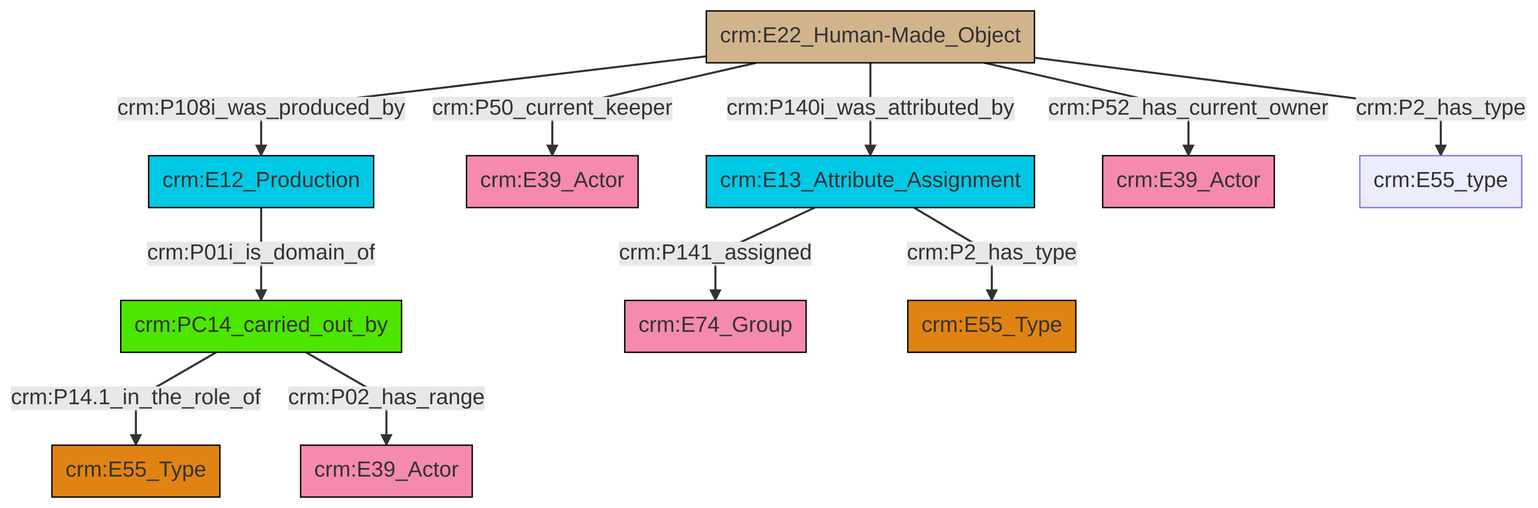
Above: et/artworkCSV/ttl/mmd/png/Artwork_Actor_Relations.png in swiss-art-research-net/reference-data-models (Mermaid), before the change. Its source is kept beside it as et/artworkCSV/ttl/mmd/Artwork_Actor_Relations.ttl.mmd.
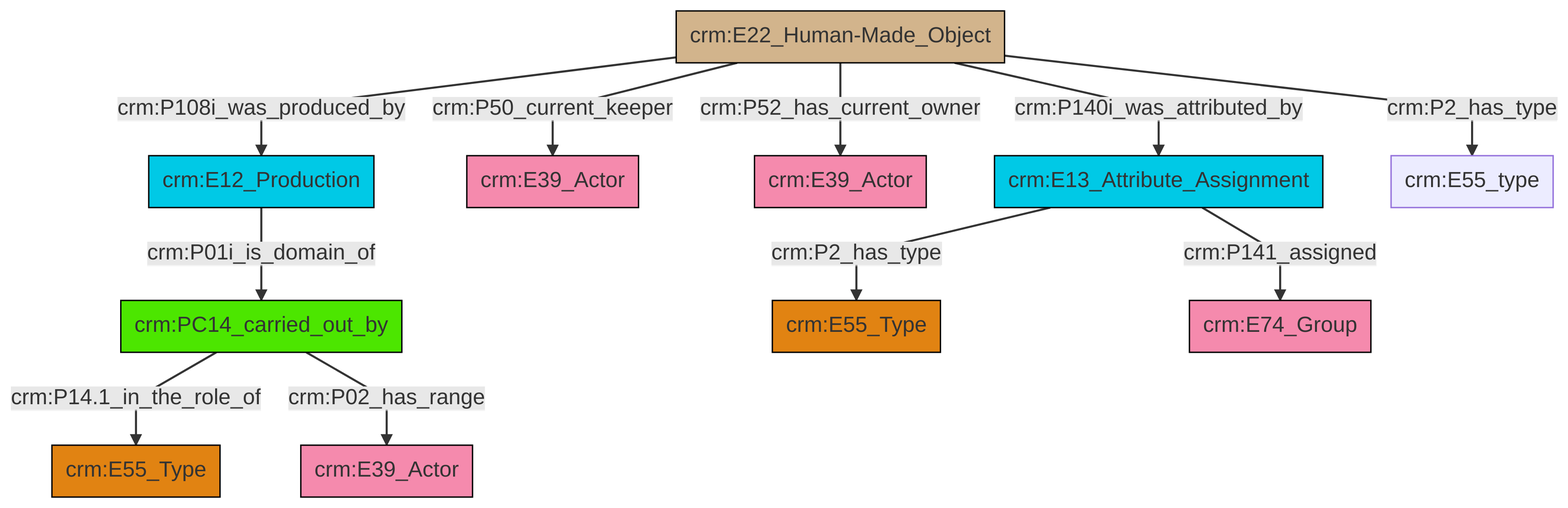
The same diagram one commit later.

Change to the diagram source:
```diff
@@ -13,13 +13,13 @@
 classDef PC_Classes fill:#4ce600, stroke:#000000;
 classDef Multi fill:#cccccc,stroke:#000000;
 
-4["crm:E22_Human-Made_Object"]:::Physical_Thing -->|crm:P108i_was_produced_by| 2["crm:E12_Production"]:::Temporal_Entity
-4["crm:E22_Human-Made_Object"]:::Physical_Thing -->|crm:P50_current_keeper| 0["crm:E39_Actor"]:::Actor
-4["crm:E22_Human-Made_Object"]:::Physical_Thing -->|crm:P140i_was_attributed_by| 11["crm:E13_Attribute_Assignment"]:::Temporal_Entity
-11["crm:E13_Attribute_Assignment"]:::Temporal_Entity -->|crm:P141_assigned| 14["crm:E74_Group"]:::Actor
-2["crm:E12_Production"]:::Temporal_Entity -->|crm:P01i_is_domain_of| 12["crm:PC14_carried_out_by"]:::PC_Classes
-12["crm:PC14_carried_out_by"]:::PC_Classes -->|crm:P14.1_in_the_role_of| 17["crm:E55_Type"]:::Type
-4["crm:E22_Human-Made_Object"]:::Physical_Thing -->|crm:P52_has_current_owner| 9["crm:E39_Actor"]:::Actor
-12["crm:PC14_carried_out_by"]:::PC_Classes -->|crm:P02_has_range| 5["crm:E39_Actor"]:::Actor
-11["crm:E13_Attribute_Assignment"]:::Temporal_Entity -->|crm:P2_has_type| 7["crm:E55_Type"]:::Type
-4["crm:E22_Human-Made_Object"]:::Physical_Thing -->|crm:P2_has_type| 20["crm:E55_type"]:::Default
+2["crm:E22_Human-Made_Object"]:::Physical_Thing -->|crm:P50_current_keeper| 3["crm:E39_Actor"]:::Actor
+2["crm:E22_Human-Made_Object"]:::Physical_Thing -->|crm:P52_has_current_owner| 6["crm:E39_Actor"]:::Actor
+2["crm:E22_Human-Made_Object"]:::Physical_Thing -->|crm:P140i_was_attributed_by| 7["crm:E13_Attribute_Assignment"]:::Temporal_Entity
+7["crm:E13_Attribute_Assignment"]:::Temporal_Entity -->|crm:P2_has_type| 11["crm:E55_Type"]:::Type
+7["crm:E13_Attribute_Assignment"]:::Temporal_Entity -->|crm:P141_assigned| 12["crm:E74_Group"]:::Actor
+2["crm:E22_Human-Made_Object"]:::Physical_Thing -->|crm:P108i_was_produced_by| 0["crm:E12_Production"]:::Temporal_Entity
+0["crm:E12_Production"]:::Temporal_Entity -->|crm:P01i_is_domain_of| 4["crm:PC14_carried_out_by"]:::PC_Classes
+4["crm:PC14_carried_out_by"]:::PC_Classes -->|crm:P14.1_in_the_role_of| 15["crm:E55_Type"]:::Type
+2["crm:E22_Human-Made_Object"]:::Physical_Thing -->|crm:P2_has_type| 9["crm:E55_type"]:::Default
+4["crm:PC14_carried_out_by"]:::PC_Classes -->|crm:P02_has_range| 13["crm:E39_Actor"]:::Actor
```
